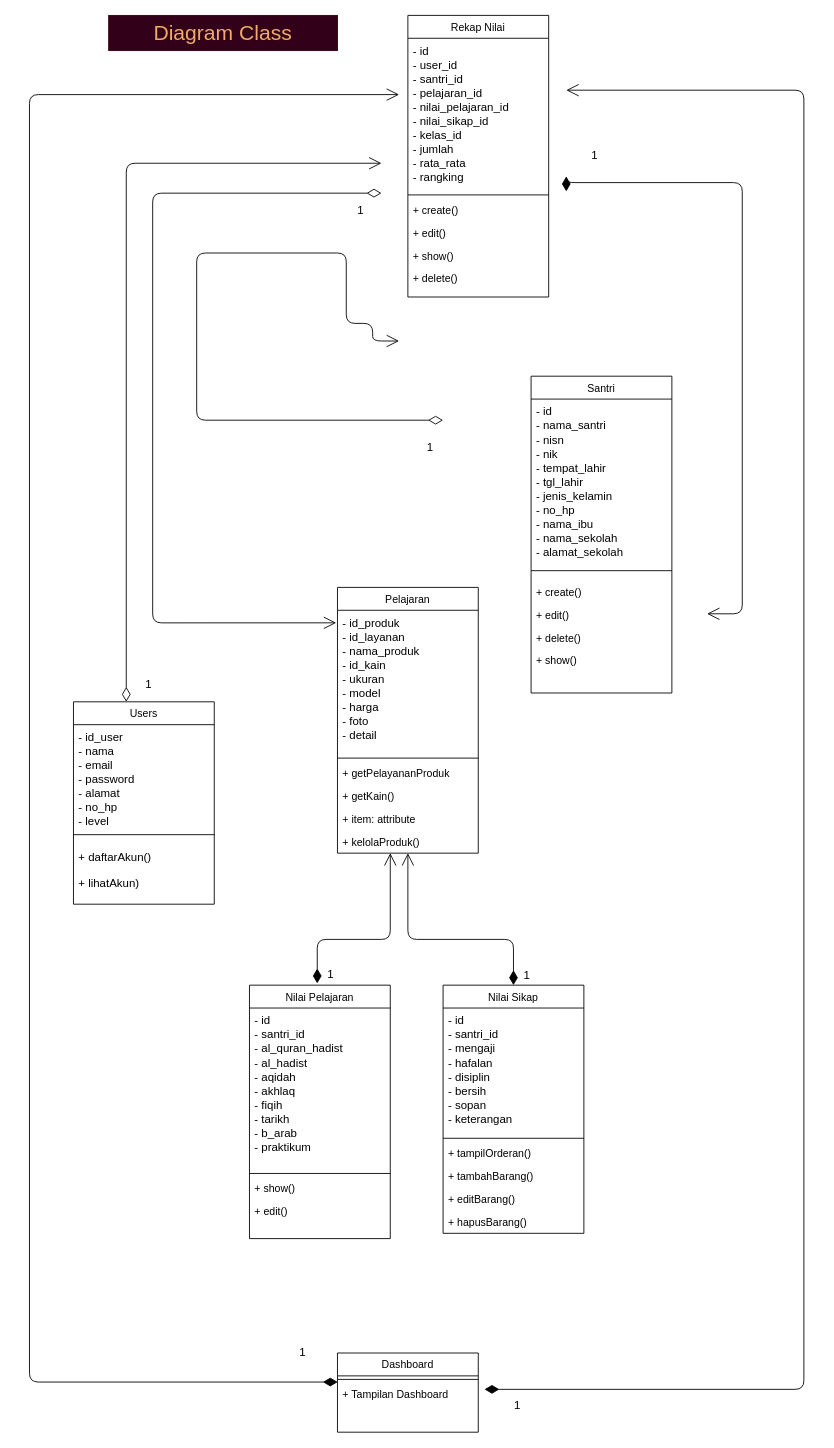
Tugas-Proyek-Polindra/proyek-3 keeps this draw.io diagram as page "Diagram-Class" (4 of 15) of draw.io/Proyek-3.drawio. Above is the earlier version. Source tidied: cells renumbered, new cells numbered last; positions are measured from the earlier drawing's top-left corner, leaving out a move shared by most shapes. Both pictures are drawn from the tidied source at 88%, with x=0, y=0 at pixel (29, 15).
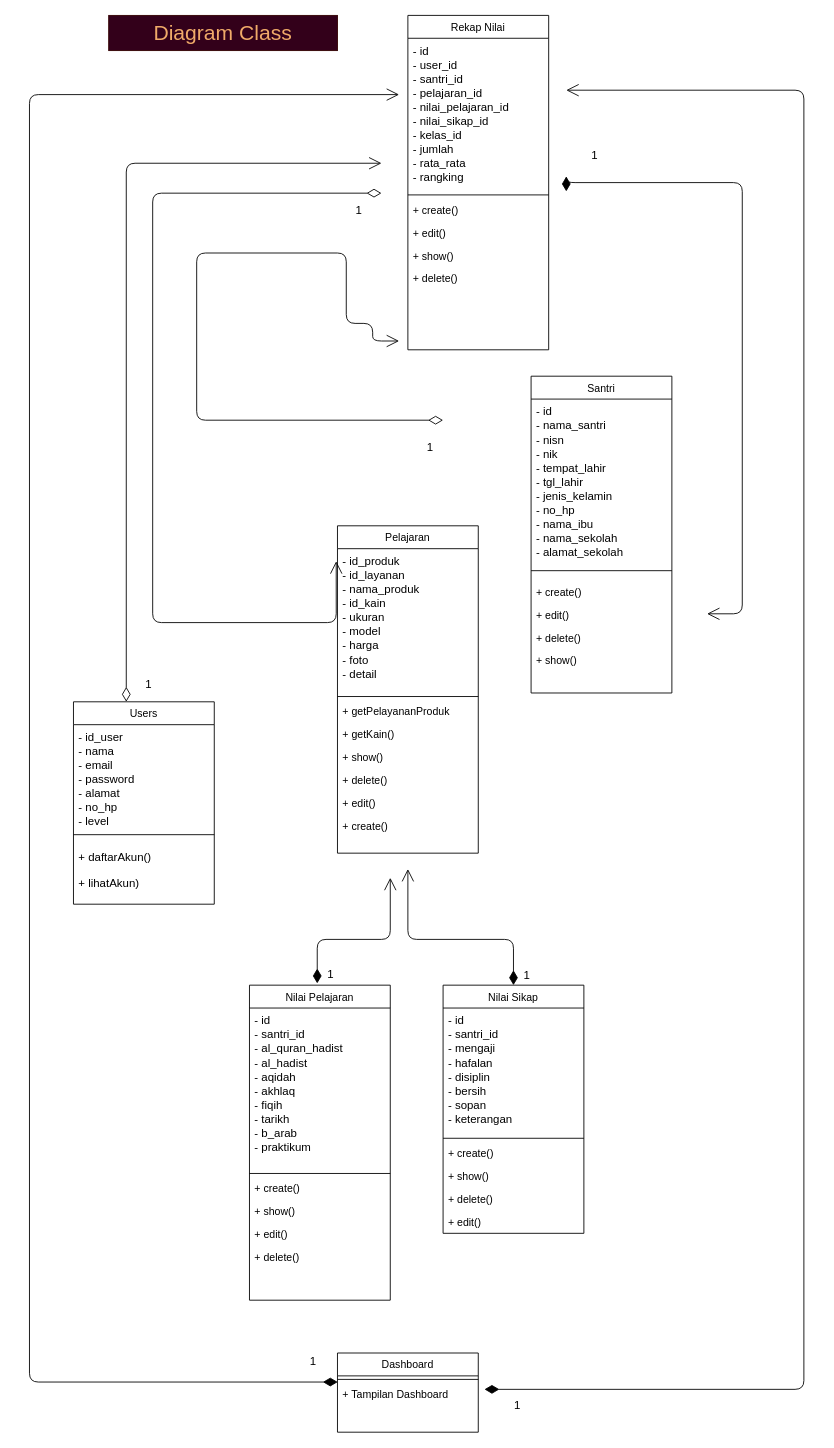
Above is the later version.

Commit message:
revisi methodnya

The change refers to these unchanged cells:
```xml
<mxCell id="27" value="Nilai Sikap" style="swimlane;fontStyle=0;align=center;verticalAlign=top;horizontal=1;startSize=26;rounded=0;shadow=0;strokeWidth=1;" parent="1" vertex="1">
  <mxGeometry x="470" y="1102" width="160" height="282" as="geometry" />
</mxCell>
<mxCell id="36" style="line;html=1;strokeWidth=1;align=left;verticalAlign=middle;spacingTop=-1;spacingLeft=3;spacingRight=3;labelPosition=right;points=[];portConstraint=eastwest;" parent="35" vertex="1">
  <mxGeometry y="26" width="160" height="8" as="geometry" />
</mxCell>
```

What changed in the source:
```diff
@@
-    <mxCell id="2" value="1" style="endArrow=open;html=1;endSize=12;startArrow=diamondThin;startSize=14;startFill=1;edgeStyle=orthogonalEdgeStyle;align=left;verticalAlign=bottom;fontSize=13;exitX=0.5;exitY=0;exitDx=0;exitDy=0;" parent="1" edge="1" source="27" target="14">
+    <mxCell id="2" value="1" style="endArrow=open;html=1;endSize=12;startArrow=diamondThin;startSize=14;startFill=1;edgeStyle=orthogonalEdgeStyle;align=left;verticalAlign=bottom;fontSize=13;exitX=0.5;exitY=0;exitDx=0;exitDy=0;" parent="1" edge="1" source="27">
       <mxGeometry x="-1" y="-10" relative="1" as="geometry">
+        <mxPoint x="430" y="970" as="targetPoint" />
         <Array as="points">
           <mxPoint x="550" y="1050" />
           <mxPoint x="430" y="1050" />
         </Array>
       </mxGeometry>
     </mxCell>
@@
     <mxCell id="8" value="Pelajaran" style="swimlane;fontStyle=0;align=center;verticalAlign=top;horizontal=1;startSize=26;rounded=0;shadow=0;strokeWidth=1;" parent="1" vertex="1">
-      <mxGeometry x="350" y="650" width="160" height="302" as="geometry" />
+      <mxGeometry x="350" y="580" width="160" height="372" as="geometry" />
     </mxCell>
@@
-    <mxCell id="13" value="+ item: attribute" style="text;strokeColor=none;fillColor=none;align=left;verticalAlign=top;spacingLeft=4;spacingRight=4;overflow=hidden;" parent="8" vertex="1">
-      <mxGeometry y="250" width="160" height="26" as="geometry" />
-    </mxCell>
-    <mxCell id="14" value="+ kelolaProduk()" style="text;strokeColor=none;fillColor=none;align=left;verticalAlign=top;spacingLeft=4;spacingRight=4;overflow=hidden;points=[[0,0.5],[1,0.5]];portConstraint=eastwest;" parent="8" vertex="1">
-      <mxGeometry y="276" width="160" height="26" as="geometry" />
-    </mxCell>
+    <mxCell id="52" value="+ show()" style="text;strokeColor=none;fillColor=none;align=left;verticalAlign=top;spacingLeft=4;spacingRight=4;overflow=hidden;" parent="8" vertex="1">
+      <mxGeometry y="250" width="160" height="26" as="geometry" />
+    </mxCell>
+    <mxCell id="53" value="+ delete()" style="text;strokeColor=none;fillColor=none;align=left;verticalAlign=top;spacingLeft=4;spacingRight=4;overflow=hidden;" parent="8" vertex="1">
+      <mxGeometry y="276" width="160" height="26" as="geometry" />
+    </mxCell>
+    <mxCell id="54" value="+ edit()&#10;" style="text;align=left;verticalAlign=top;spacingLeft=4;spacingRight=4;overflow=hidden;" parent="8" vertex="1">
+      <mxGeometry y="302" width="160" height="26" as="geometry" />
+    </mxCell>
+    <mxCell id="55" value="+ create()" style="text;align=left;verticalAlign=top;spacingLeft=4;spacingRight=4;overflow=hidden;" parent="8" vertex="1">
+      <mxGeometry y="328" width="160" height="26" as="geometry" />
+    </mxCell>
     <mxCell id="15" value="Nilai Pelajaran" style="swimlane;fontStyle=0;align=center;verticalAlign=top;horizontal=1;startSize=26;rounded=0;shadow=0;strokeWidth=1;" parent="1" vertex="1">
-      <mxGeometry x="250" y="1102" width="160" height="288" as="geometry" />
+      <mxGeometry x="250" y="1102" width="160" height="358" as="geometry" />
     </mxCell>
@@
-    <mxCell id="18" value="+ show()" style="text;align=left;verticalAlign=top;spacingLeft=4;spacingRight=4;overflow=hidden;" parent="15" vertex="1">
-      <mxGeometry y="218" width="160" height="26" as="geometry" />
-    </mxCell>
-    <mxCell id="19" value="+ edit()" style="text;align=left;verticalAlign=top;spacingLeft=4;spacingRight=4;overflow=hidden;" parent="15" vertex="1">
-      <mxGeometry y="244" width="160" height="26" as="geometry" />
-    </mxCell>
+    <mxCell id="56" value="+ create()" style="text;align=left;verticalAlign=top;spacingLeft=4;spacingRight=4;overflow=hidden;" parent="15" vertex="1">
+      <mxGeometry y="218" width="160" height="26" as="geometry" />
+    </mxCell>
+    <mxCell id="57" value="+ show()" style="text;strokeColor=none;fillColor=none;align=left;verticalAlign=top;spacingLeft=4;spacingRight=4;overflow=hidden;" parent="15" vertex="1">
+      <mxGeometry y="244" width="160" height="26" as="geometry" />
+    </mxCell>
+    <mxCell id="58" value="+ edit()&#10;" style="text;align=left;verticalAlign=top;spacingLeft=4;spacingRight=4;overflow=hidden;" parent="15" vertex="1">
+      <mxGeometry y="270" width="160" height="26" as="geometry" />
+    </mxCell>
+    <mxCell id="59" value="+ delete()" style="text;strokeColor=none;fillColor=none;align=left;verticalAlign=top;spacingLeft=4;spacingRight=4;overflow=hidden;" parent="15" vertex="1">
+      <mxGeometry y="296" width="160" height="26" as="geometry" />
+    </mxCell>
     <mxCell id="20" value="Rekap Nilai" style="swimlane;fontStyle=0;align=center;verticalAlign=top;horizontal=1;startSize=26;rounded=0;shadow=0;strokeWidth=1;" parent="1" vertex="1">
-      <mxGeometry x="430" width="160" height="320" as="geometry" />
+      <mxGeometry x="430" width="160" height="380" as="geometry" />
     </mxCell>
@@
-    <mxCell id="30" value="+ tampilOrderan()" style="text;align=left;verticalAlign=top;spacingLeft=4;spacingRight=4;overflow=hidden;" parent="27" vertex="1">
-      <mxGeometry y="178" width="160" height="26" as="geometry" />
-    </mxCell>
-    <mxCell id="31" value="+ tambahBarang()" style="text;align=left;verticalAlign=top;spacingLeft=4;spacingRight=4;overflow=hidden;fontStyle=0;" parent="27" vertex="1">
-      <mxGeometry y="204" width="160" height="26" as="geometry" />
-    </mxCell>
-    <mxCell id="32" value="+ editBarang()" style="text;align=left;verticalAlign=top;spacingLeft=4;spacingRight=4;overflow=hidden;" parent="27" vertex="1">
-      <mxGeometry y="230" width="160" height="26" as="geometry" />
-    </mxCell>
-    <mxCell id="33" value="+ hapusBarang()" style="text;align=left;verticalAlign=top;spacingLeft=4;spacingRight=4;overflow=hidden;" parent="27" vertex="1">
-      <mxGeometry y="256" width="160" height="26" as="geometry" />
-    </mxCell>
+    <mxCell id="60" value="+ create()" style="text;align=left;verticalAlign=top;spacingLeft=4;spacingRight=4;overflow=hidden;" parent="27" vertex="1">
+      <mxGeometry y="178" width="160" height="26" as="geometry" />
+    </mxCell>
+    <mxCell id="61" value="+ show()" style="text;strokeColor=none;fillColor=none;align=left;verticalAlign=top;spacingLeft=4;spacingRight=4;overflow=hidden;" parent="27" vertex="1">
+      <mxGeometry y="204" width="160" height="26" as="geometry" />
+    </mxCell>
+    <mxCell id="62" value="+ delete()" style="text;strokeColor=none;fillColor=none;align=left;verticalAlign=top;spacingLeft=4;spacingRight=4;overflow=hidden;" parent="27" vertex="1">
+      <mxGeometry y="230" width="160" height="26" as="geometry" />
+    </mxCell>
+    <mxCell id="63" value="+ edit()&#10;" style="text;align=left;verticalAlign=top;spacingLeft=4;spacingRight=4;overflow=hidden;" parent="27" vertex="1">
+      <mxGeometry y="256" width="160" height="26" as="geometry" />
+    </mxCell>
-    <mxCell id="34" value="1" style="endArrow=open;html=1;endSize=12;startArrow=diamondThin;startSize=14;startFill=1;edgeStyle=orthogonalEdgeStyle;align=left;verticalAlign=bottom;fontSize=13;" parent="1" edge="1" target="14">
+    <mxCell id="34" value="1" style="endArrow=open;html=1;endSize=12;startArrow=diamondThin;startSize=14;startFill=1;edgeStyle=orthogonalEdgeStyle;align=left;verticalAlign=bottom;fontSize=13;" parent="1" edge="1">
       <mxGeometry x="-1" y="-10" relative="1" as="geometry">
         <mxPoint x="327" y="1100" as="sourcePoint" />
+        <mxPoint x="410" y="980" as="targetPoint" />
         <Array as="points">
           <mxPoint x="327" y="1050" />
           <mxPoint x="410" y="1050" />
         </Array>
       </mxGeometry>
     </mxCell>
@@
     <mxCell id="38" value="1" style="endArrow=open;html=1;endSize=12;startArrow=diamondThin;startSize=14;startFill=1;edgeStyle=orthogonalEdgeStyle;align=left;verticalAlign=bottom;fontSize=13;exitX=0.002;exitY=0.875;exitDx=0;exitDy=0;exitPerimeter=0;" parent="1" edge="1" source="36">
-      <mxGeometry x="-0.96" y="-23" relative="1" as="geometry">
+      <mxGeometry x="-0.97" y="-13" relative="1" as="geometry">
         <mxPoint x="420" y="90" as="targetPoint" />
         <Array as="points">
           <mxPoint y="1553" />
           <mxPoint y="90" />
         </Array>
       </mxGeometry>
     </mxCell>
```
